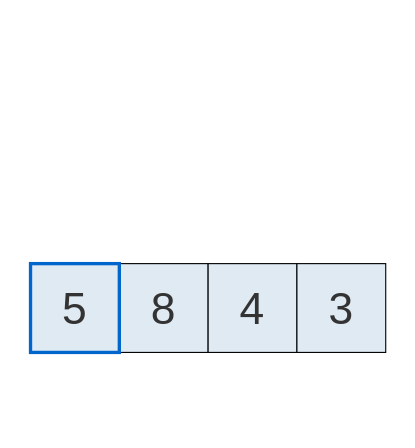
This is page "1" (2 of 16) of teoria/04_estructuras_y_algoritmos/imgs/03/insertion_sort.drawio from ee-unr/programacion-2, a draw.io file, before an edit. Source tidied: cells renumbered, new cells numbered last; positions are measured from the earlier drawing's top-left corner, leaving out a move shared by most shapes. Both pictures are drawn from the tidied source at 111%, with x=0, y=0 at pixel (19, 185).
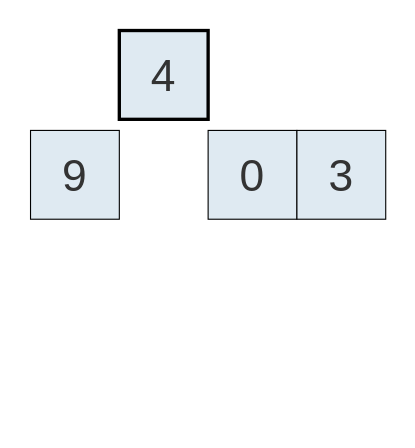
The same diagram, later.

The edit, as a diff of the source:
```diff
@@
 <mxGraphModel>
   <root>
-    <mxCell id="0" />
-    <mxCell id="1" parent="0" />
-    <mxCell id="2" style="rounded=0;whiteSpace=wrap;html=1;fillColor=none;fontSize=40;strokeColor=none;" parent="1" vertex="1">
-      <mxGeometry width="340" height="220" as="geometry" />
-    </mxCell>
-    <mxCell id="3" value="&lt;font style=&quot;font-size: 40px;&quot; color=&quot;#333333&quot; face=&quot;Cascadia Code&quot;&gt;8&lt;/font&gt;" style="rounded=0;whiteSpace=wrap;html=1;fillColor=#DFEAF2;fontSize=34;" parent="1" vertex="1">
-      <mxGeometry x="90" y="70" width="80" height="80" as="geometry" />
-    </mxCell>
+    <mxCell id="7" />
+    <mxCell id="8" parent="7" />
+    <mxCell id="9" value="&lt;font style=&quot;font-size: 40px;&quot; color=&quot;#333333&quot; face=&quot;Cascadia Code&quot;&gt;9&lt;/font&gt;" style="rounded=0;whiteSpace=wrap;html=1;fillColor=#DFEAF2;fontSize=34;" parent="8" vertex="1">
+      <mxGeometry x="10" y="-50" width="80" height="80" as="geometry" />
+    </mxCell>
-    <mxCell id="4" value="&lt;font style=&quot;font-size: 40px;&quot; color=&quot;#333333&quot; face=&quot;Cascadia Code&quot;&gt;4&lt;/font&gt;" style="rounded=0;whiteSpace=wrap;html=1;fillColor=#DFEAF2;fontSize=34;" parent="1" vertex="1">
-      <mxGeometry x="170" y="70" width="80" height="80" as="geometry" />
+    <mxCell id="4" value="&lt;font style=&quot;font-size: 40px;&quot; color=&quot;#333333&quot; face=&quot;Cascadia Code&quot;&gt;4&lt;/font&gt;" style="rounded=0;whiteSpace=wrap;html=1;fillColor=#DFEAF2;fontSize=34;strokeWidth=3;" parent="8" vertex="1">
+      <mxGeometry x="90" y="-140" width="80" height="80" as="geometry" />
     </mxCell>
+    <mxCell id="10" value="&lt;font style=&quot;font-size: 40px;&quot; color=&quot;#333333&quot; face=&quot;Cascadia Code&quot;&gt;0&lt;/font&gt;" style="rounded=0;whiteSpace=wrap;html=1;fillColor=#DFEAF2;fontSize=34;" parent="8" vertex="1">
+      <mxGeometry x="170" y="-50" width="80" height="80" as="geometry" />
+    </mxCell>
-    <mxCell id="5" value="&lt;font style=&quot;font-size: 40px;&quot; color=&quot;#333333&quot; face=&quot;Cascadia Code&quot;&gt;3&lt;/font&gt;" style="rounded=0;whiteSpace=wrap;html=1;fillColor=#DFEAF2;fontSize=34;" parent="1" vertex="1">
-      <mxGeometry x="250" y="70" width="80" height="80" as="geometry" />
+    <mxCell id="5" value="&lt;font style=&quot;font-size: 40px;&quot; color=&quot;#333333&quot; face=&quot;Cascadia Code&quot;&gt;3&lt;/font&gt;" style="rounded=0;whiteSpace=wrap;html=1;fillColor=#DFEAF2;fontSize=34;" parent="8" vertex="1">
+      <mxGeometry x="250" y="-50" width="80" height="80" as="geometry" />
     </mxCell>
-    <mxCell id="6" value="&lt;font style=&quot;font-size: 40px;&quot; color=&quot;#333333&quot; face=&quot;Cascadia Code&quot;&gt;5&lt;/font&gt;" style="rounded=0;whiteSpace=wrap;html=1;fillColor=#DFEAF2;fontSize=34;strokeColor=#0066CC;strokeWidth=3;" parent="1" vertex="1">
-      <mxGeometry x="10" y="70" width="80" height="80" as="geometry" />
-    </mxCell>
+    <mxCell id="11" style="rounded=0;whiteSpace=wrap;html=1;fillColor=none;fontSize=40;strokeColor=none;" parent="8" vertex="1">
+      <mxGeometry y="-150" width="340" height="220" as="geometry" />
+    </mxCell>
   </root>
 </mxGraphModel>
```
